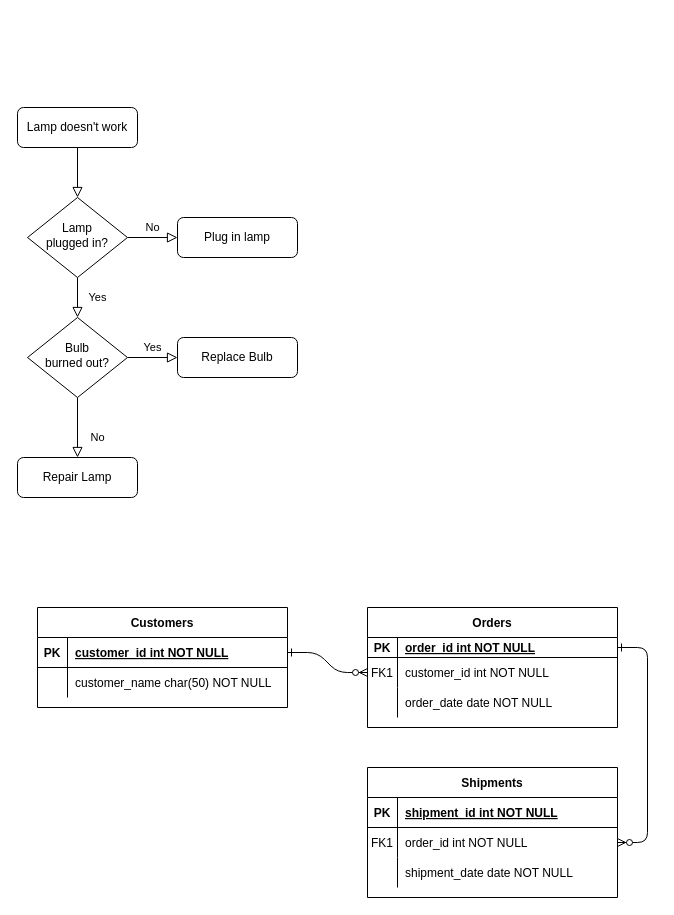
Earlier version of the draw.io diagram drawio/test.drawio (sukeo-sukeo/TIL). Source tidied: cells renumbered, new cells numbered last; positions are measured from the earlier drawing's top-left corner, leaving out a move shared by most shapes. Both pictures are drawn from the tidied source at 100%, with x=0, y=0 at pixel (17, 107).
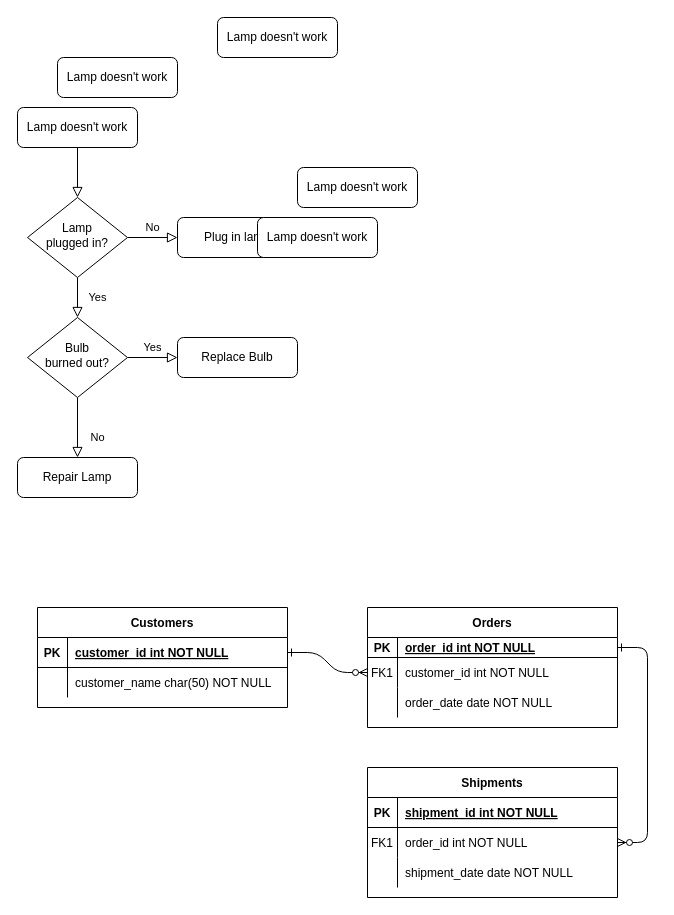
The same diagram, later.

What changed in the source:
```diff
@@
+    <mxCell id="42" value="Lamp doesn't work" style="rounded=1;whiteSpace=wrap;html=1;fontSize=12;glass=0;strokeWidth=1;shadow=0;" parent="1" vertex="1">
+      <mxGeometry x="240" y="110" width="120" height="40" as="geometry" />
+    </mxCell>
+    <mxCell id="43" value="Lamp doesn't work" style="rounded=1;whiteSpace=wrap;html=1;fontSize=12;glass=0;strokeWidth=1;shadow=0;" parent="1" vertex="1">
+      <mxGeometry x="200" y="-90" width="120" height="40" as="geometry" />
+    </mxCell>
+    <mxCell id="44" value="Lamp doesn't work" style="rounded=1;whiteSpace=wrap;html=1;fontSize=12;glass=0;strokeWidth=1;shadow=0;" parent="1" vertex="1">
+      <mxGeometry x="40" y="-50" width="120" height="40" as="geometry" />
+    </mxCell>
+    <mxCell id="45" value="Lamp doesn't work" style="rounded=1;whiteSpace=wrap;html=1;fontSize=12;glass=0;strokeWidth=1;shadow=0;" parent="1" vertex="1">
+      <mxGeometry x="280" y="60" width="120" height="40" as="geometry" />
+    </mxCell>
```
